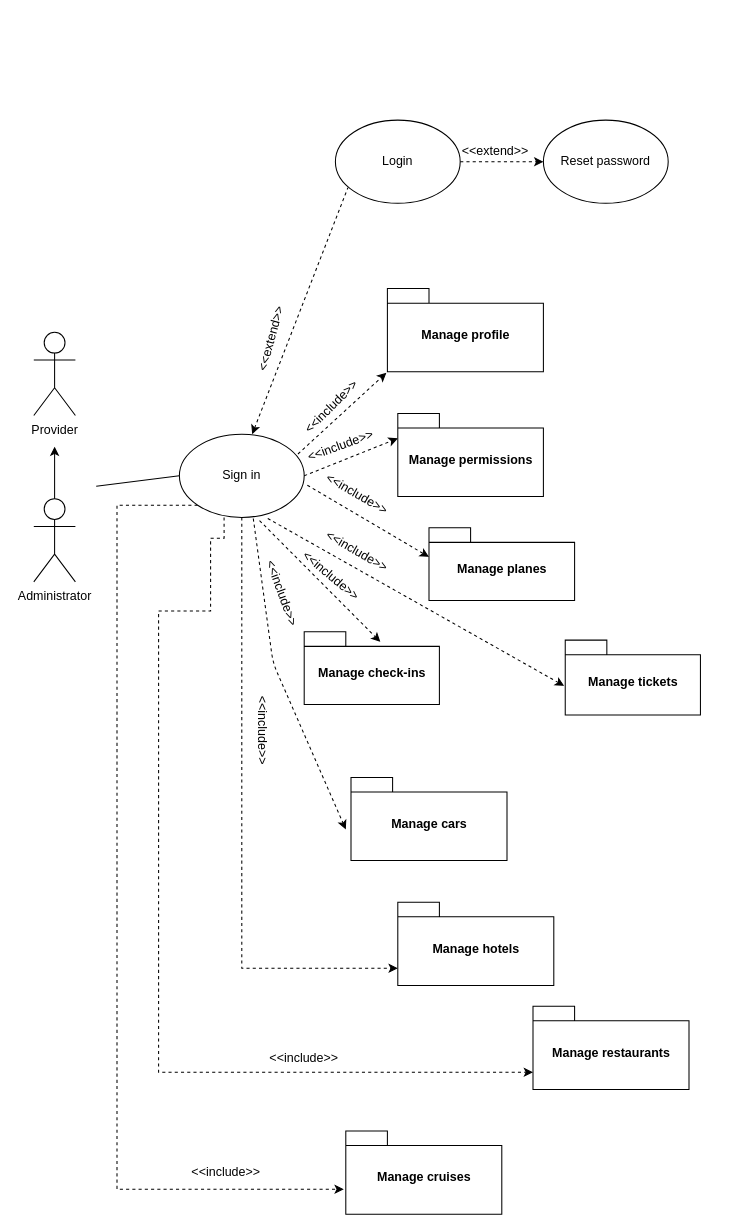
This is Vacanze use cases.drawio from NeutronBlast/IS-Ex, a draw.io file, before an edit. Source tidied: cells renumbered, new cells numbered last; positions are measured from the earlier drawing's top-left corner, leaving out a move shared by most shapes. Both pictures are drawn from the tidied source at 104%, with x=0, y=0 at pixel (33, 120).
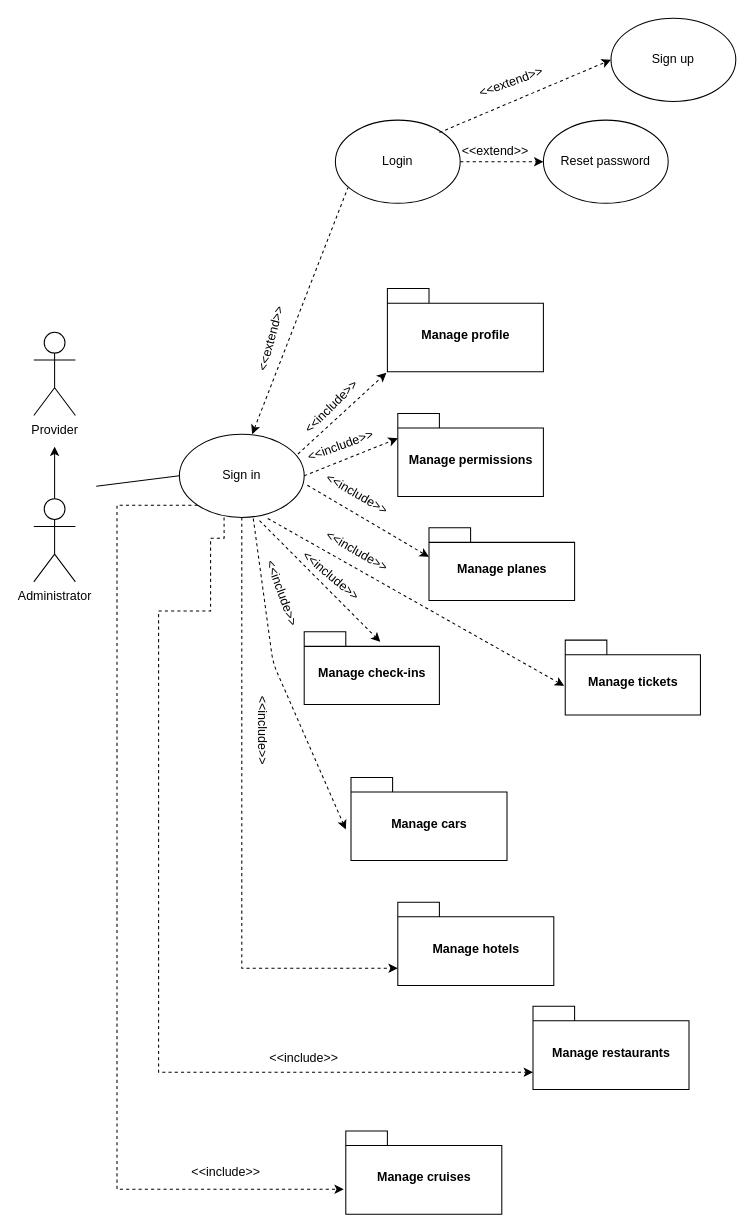
The same page after the edit.

Diff of the diagram source:
```diff
@@
+    <mxCell id="42" value="Sign up" style="ellipse;whiteSpace=wrap;html=1;" parent="1" vertex="1">
+      <mxGeometry x="555" y="-98" width="120" height="80" as="geometry" />
+    </mxCell>
+    <mxCell id="43" style="endArrow=classic;html=1;entryX=0;entryY=0.5;entryDx=0;entryDy=0;dashed=1;" parent="1" edge="1" target="42">
+      <mxGeometry relative="1" as="geometry">
+        <mxPoint x="390" y="12" as="sourcePoint" />
+      </mxGeometry>
+    </mxCell>
+    <mxCell id="44" value="&amp;lt;&amp;lt;extend&amp;gt;&amp;gt;" style="text;html=1;align=left;verticalAlign=top;spacingTop=-4;rotation=-20;" parent="1" vertex="1">
+      <mxGeometry x="425" y="-48" width="80" height="20" as="geometry" />
+    </mxCell>
```
